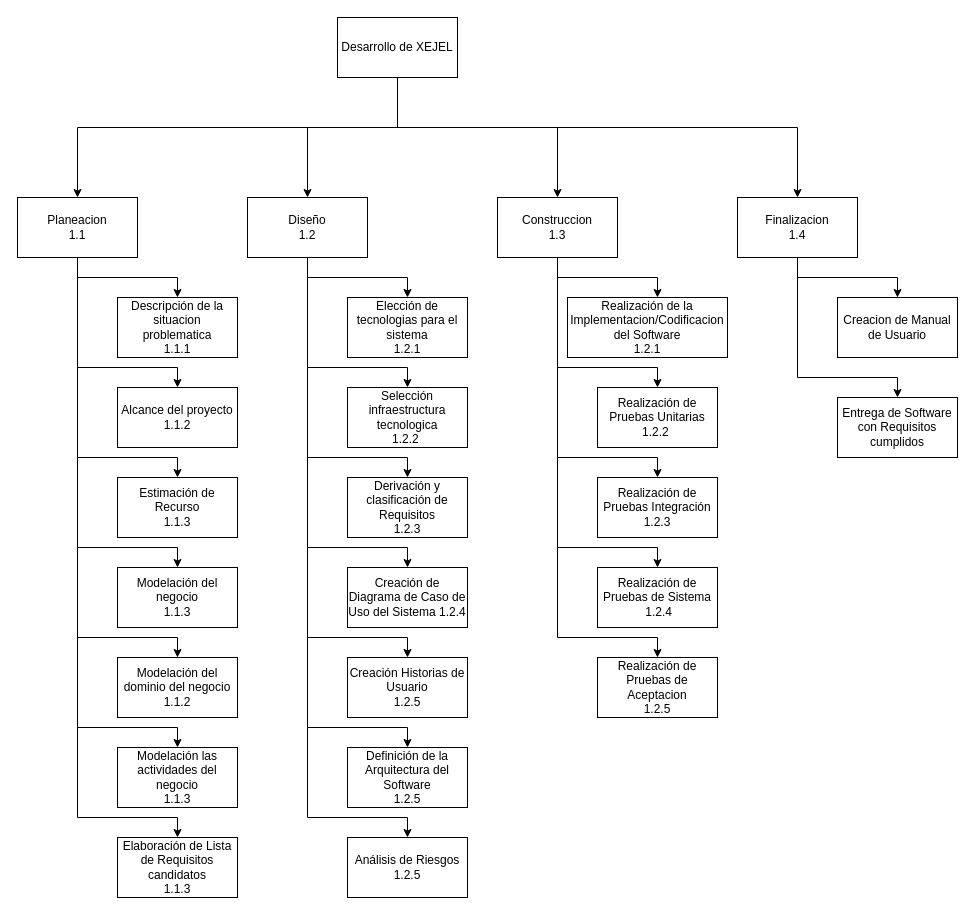
Before: Diccionario EDT.drawio in DJ190502/DrawIO, a draw.io diagram. Source tidied: cells renumbered, new cells numbered last; positions are measured from the earlier drawing's top-left corner, leaving out a move shared by most shapes. Both pictures are drawn from the tidied source at 100%, with x=0, y=0 at pixel (17, 17).
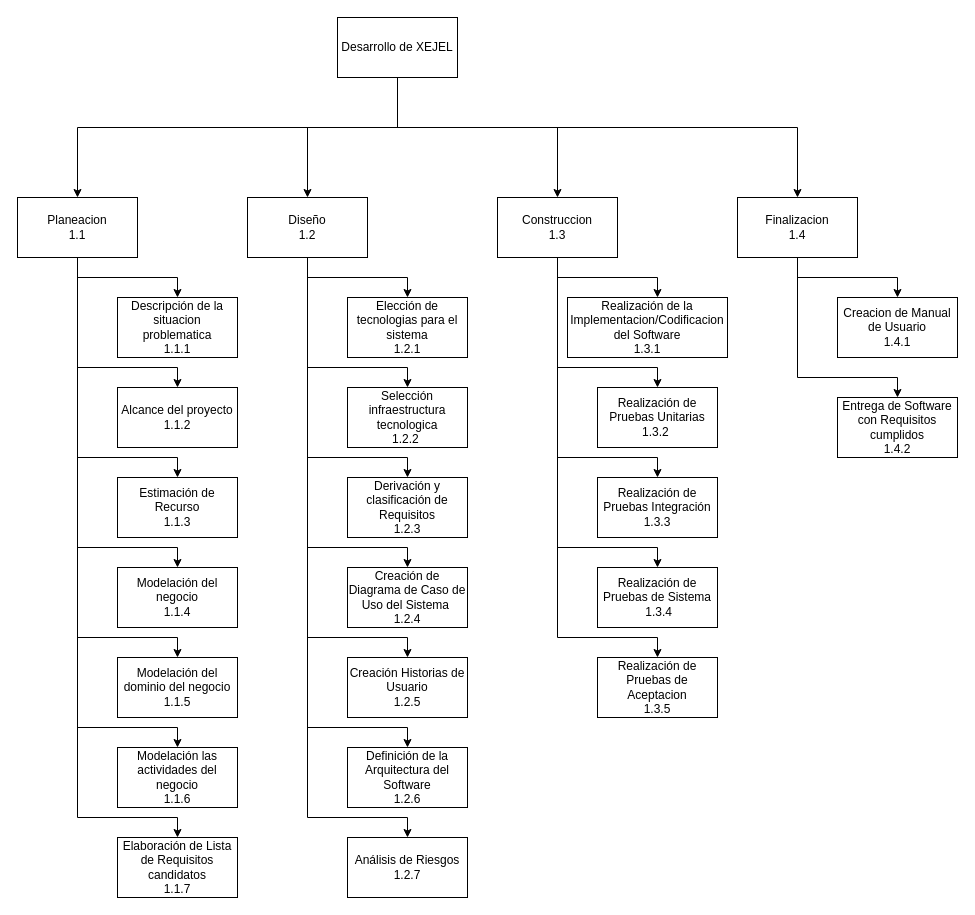
Above is the later version.

What changed in the source:
```diff
@@
-    <mxCell id="20" value="Modelación del negocio&lt;div&gt;1.1.3&lt;/div&gt;" style="whiteSpace=wrap;html=1;rounded=0;" parent="1" vertex="1">
+    <mxCell id="20" value="Modelación del negocio&lt;div&gt;1.1.4&lt;/div&gt;" style="whiteSpace=wrap;html=1;rounded=0;" parent="1" vertex="1">
       <mxGeometry x="100" y="550" width="120" height="60" as="geometry" />
     </mxCell>
@@
-    <mxCell id="28" value="Creación de Diagrama de Caso de Uso del Sistema 1.2.4" style="whiteSpace=wrap;html=1;rounded=0;" parent="1" vertex="1">
+    <mxCell id="28" value="Creación de Diagrama de Caso de Uso del Sistema&amp;nbsp;&lt;div&gt;1.2.4&lt;/div&gt;" style="whiteSpace=wrap;html=1;rounded=0;" parent="1" vertex="1">
       <mxGeometry x="330" y="550" width="120" height="60" as="geometry" />
     </mxCell>
@@
-    <mxCell id="32" value="Modelación del dominio del negocio 1.1.2" style="whiteSpace=wrap;html=1;rounded=0;" parent="1" vertex="1">
+    <mxCell id="32" value="Modelación del dominio del negocio 1.1.5" style="whiteSpace=wrap;html=1;rounded=0;" parent="1" vertex="1">
       <mxGeometry x="100" y="640" width="120" height="60" as="geometry" />
     </mxCell>
@@
-    <mxCell id="34" value="Modelación las actividades del negocio&lt;div&gt;1.1.3&lt;/div&gt;" style="whiteSpace=wrap;html=1;rounded=0;" parent="1" vertex="1">
+    <mxCell id="34" value="Modelación las actividades del negocio&lt;div&gt;1.1.6&lt;/div&gt;" style="whiteSpace=wrap;html=1;rounded=0;" parent="1" vertex="1">
       <mxGeometry x="100" y="730" width="120" height="60" as="geometry" />
     </mxCell>
@@
-    <mxCell id="36" value="Elaboración de Lista de Requisitos candidatos&lt;div&gt;1.1.3&lt;/div&gt;" style="whiteSpace=wrap;html=1;rounded=0;" parent="1" vertex="1">
+    <mxCell id="36" value="Elaboración de Lista de Requisitos candidatos&lt;div&gt;1.1.7&lt;/div&gt;" style="whiteSpace=wrap;html=1;rounded=0;" parent="1" vertex="1">
       <mxGeometry x="100" y="820" width="120" height="60" as="geometry" />
     </mxCell>
@@
-    <mxCell id="38" value="Definición de la Arquitectura del Software&lt;div&gt;1.2.5&lt;/div&gt;" style="whiteSpace=wrap;html=1;rounded=0;" parent="1" vertex="1">
+    <mxCell id="38" value="Definición de la Arquitectura del Software&lt;div&gt;1.2.6&lt;/div&gt;" style="whiteSpace=wrap;html=1;rounded=0;" parent="1" vertex="1">
       <mxGeometry x="330" y="730" width="120" height="60" as="geometry" />
     </mxCell>
@@
-    <mxCell id="40" value="Análisis de Riesgos&lt;div&gt;1.2.5&lt;/div&gt;" style="whiteSpace=wrap;html=1;rounded=0;" parent="1" vertex="1">
+    <mxCell id="40" value="Análisis de Riesgos&lt;div&gt;1.2.7&lt;/div&gt;" style="whiteSpace=wrap;html=1;rounded=0;" parent="1" vertex="1">
       <mxGeometry x="330" y="820" width="120" height="60" as="geometry" />
     </mxCell>
@@
-    <mxCell id="45" value="Realización de la Implementacion/Codificacion del Software&lt;div&gt;1.2.1&lt;/div&gt;" style="whiteSpace=wrap;html=1;rounded=0;" parent="1" vertex="1">
+    <mxCell id="45" value="Realización de la Implementacion/Codificacion del Software&lt;div&gt;1.3.1&lt;/div&gt;" style="whiteSpace=wrap;html=1;rounded=0;" parent="1" vertex="1">
       <mxGeometry x="550" y="280" width="160" height="60" as="geometry" />
     </mxCell>
-    <mxCell id="46" value="&lt;div&gt;Realización de Pruebas Unitarias&lt;/div&gt;&lt;div&gt;1.2.2&amp;nbsp;&lt;/div&gt;" style="whiteSpace=wrap;html=1;rounded=0;" parent="1" vertex="1">
+    <mxCell id="46" value="&lt;div&gt;Realización de Pruebas Unitarias&lt;/div&gt;&lt;div&gt;1.3.2&amp;nbsp;&lt;/div&gt;" style="whiteSpace=wrap;html=1;rounded=0;" parent="1" vertex="1">
       <mxGeometry x="580" y="370" width="120" height="60" as="geometry" />
     </mxCell>
-    <mxCell id="47" value="&lt;div&gt;Realización de Pruebas Integración&lt;/div&gt;&lt;div&gt;1.2.3&lt;/div&gt;" style="whiteSpace=wrap;html=1;rounded=0;" parent="1" vertex="1">
+    <mxCell id="47" value="&lt;div&gt;Realización de Pruebas Integración&lt;/div&gt;&lt;div&gt;1.3.3&lt;/div&gt;" style="whiteSpace=wrap;html=1;rounded=0;" parent="1" vertex="1">
       <mxGeometry x="580" y="460" width="120" height="60" as="geometry" />
     </mxCell>
-    <mxCell id="48" value="&lt;div&gt;Realización de Pruebas de Sistema&lt;/div&gt;&amp;nbsp;1.2.4" style="whiteSpace=wrap;html=1;rounded=0;" parent="1" vertex="1">
+    <mxCell id="48" value="&lt;div&gt;Realización de Pruebas de Sistema&lt;/div&gt;&amp;nbsp;1.3.4" style="whiteSpace=wrap;html=1;rounded=0;" parent="1" vertex="1">
       <mxGeometry x="580" y="550" width="120" height="60" as="geometry" />
     </mxCell>
@@
-    <mxCell id="50" value="&lt;div&gt;Realización de Pruebas de Aceptacion&lt;/div&gt;&lt;div&gt;1.2.5&lt;/div&gt;" style="whiteSpace=wrap;html=1;rounded=0;" parent="1" vertex="1">
+    <mxCell id="50" value="&lt;div&gt;Realización de Pruebas de Aceptacion&lt;/div&gt;&lt;div&gt;1.3.5&lt;/div&gt;" style="whiteSpace=wrap;html=1;rounded=0;" parent="1" vertex="1">
       <mxGeometry x="580" y="640" width="120" height="60" as="geometry" />
     </mxCell>
-    <mxCell id="51" value="Creacion de Manual de Usuario" style="whiteSpace=wrap;html=1;rounded=0;" parent="1" vertex="1">
+    <mxCell id="51" value="Creacion de Manual de Usuario&lt;div&gt;1.4.1&lt;/div&gt;" style="whiteSpace=wrap;html=1;rounded=0;" parent="1" vertex="1">
       <mxGeometry x="820" y="280" width="120" height="60" as="geometry" />
     </mxCell>
-    <mxCell id="52" value="Entrega de Software con Requisitos cumplidos" style="whiteSpace=wrap;html=1;rounded=0;" parent="1" vertex="1">
+    <mxCell id="52" value="Entrega de Software con Requisitos cumplidos&lt;div&gt;1.4.2&lt;/div&gt;" style="whiteSpace=wrap;html=1;rounded=0;" parent="1" vertex="1">
       <mxGeometry x="820" y="380" width="120" height="60" as="geometry" />
     </mxCell>
```
